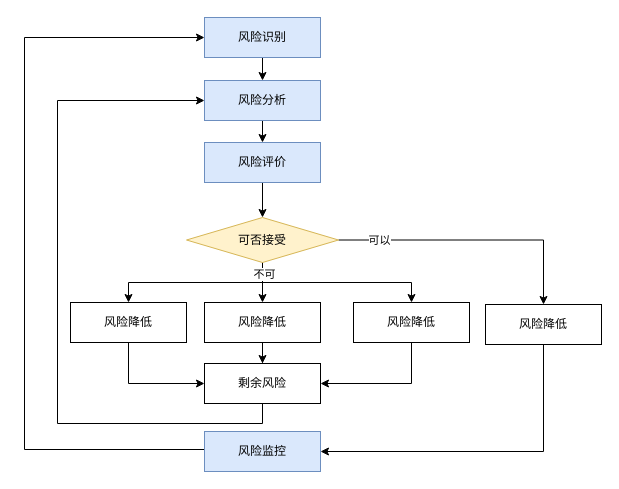
89ao/rss2cubox keeps this draw.io diagram as 风险响应流程.drawio. Above is the earlier version. Source tidied: cells renumbered, new cells numbered last; positions are measured from the earlier drawing's top-left corner, leaving out a move shared by most shapes. Both pictures are drawn from the tidied source at 100%, with x=0, y=0 at pixel (24, 17).
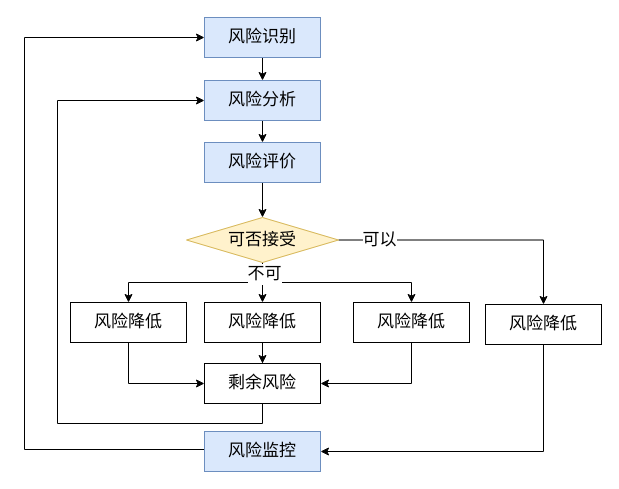
After the change.

Commit message:
更新风险响应流程.drawio

The edit, as a diff of the source:
```diff
@@
-    <mxCell id="2" style="edgeStyle=orthogonalEdgeStyle;rounded=0;jettySize=auto;html=1;" parent="1" edge="1" source="3" target="5">
+    <mxCell id="2" style="edgeStyle=orthogonalEdgeStyle;rounded=0;jettySize=auto;html=1;fontSize=17;" parent="1" edge="1" source="3" target="5">
       <mxGeometry relative="1" as="geometry" />
     </mxCell>
-    <mxCell id="3" value="风险识别" style="rounded=0;whiteSpace=wrap;html=1;fillColor=#dae8fc;strokeColor=#6c8ebf;" parent="1" vertex="1">
+    <mxCell id="3" value="风险识别" style="rounded=0;whiteSpace=wrap;html=1;fillColor=#dae8fc;strokeColor=#6c8ebf;fontSize=17;" parent="1" vertex="1">
       <mxGeometry x="180" width="116" height="40" as="geometry" />
     </mxCell>
-    <mxCell id="4" style="edgeStyle=orthogonalEdgeStyle;rounded=0;jettySize=auto;html=1;" parent="1" edge="1" source="5" target="7">
+    <mxCell id="4" style="edgeStyle=orthogonalEdgeStyle;rounded=0;jettySize=auto;html=1;fontSize=17;" parent="1" edge="1" source="5" target="7">
       <mxGeometry relative="1" as="geometry" />
     </mxCell>
-    <mxCell id="5" value="风险分析" style="rounded=0;whiteSpace=wrap;html=1;fillColor=#dae8fc;strokeColor=#6c8ebf;" parent="1" vertex="1">
+    <mxCell id="5" value="风险分析" style="rounded=0;whiteSpace=wrap;html=1;fillColor=#dae8fc;strokeColor=#6c8ebf;fontSize=17;" parent="1" vertex="1">
       <mxGeometry x="180" y="63" width="116" height="40" as="geometry" />
     </mxCell>
-    <mxCell id="6" style="edgeStyle=orthogonalEdgeStyle;rounded=0;jettySize=auto;html=1;entryX=0.5;entryY=0;entryDx=0;entryDy=0;" parent="1" edge="1" source="7" target="18">
+    <mxCell id="6" style="edgeStyle=orthogonalEdgeStyle;rounded=0;jettySize=auto;html=1;entryX=0.5;entryY=0;entryDx=0;entryDy=0;fontSize=17;" parent="1" edge="1" source="7" target="18">
       <mxGeometry relative="1" as="geometry" />
     </mxCell>
-    <mxCell id="7" value="风险评价" style="rounded=0;whiteSpace=wrap;html=1;fillColor=#dae8fc;strokeColor=#6c8ebf;" parent="1" vertex="1">
+    <mxCell id="7" value="风险评价" style="rounded=0;whiteSpace=wrap;html=1;fillColor=#dae8fc;strokeColor=#6c8ebf;fontSize=17;" parent="1" vertex="1">
       <mxGeometry x="180" y="125" width="116" height="40" as="geometry" />
     </mxCell>
-    <mxCell id="8" style="edgeStyle=orthogonalEdgeStyle;rounded=0;jettySize=auto;html=1;exitX=0.5;exitY=1;exitDx=0;exitDy=0;" parent="1" edge="1" source="18" target="10">
+    <mxCell id="8" style="edgeStyle=orthogonalEdgeStyle;rounded=0;jettySize=auto;html=1;exitX=0.5;exitY=1;exitDx=0;exitDy=0;fontSize=17;" parent="1" edge="1" source="18" target="10">
       <mxGeometry relative="1" as="geometry" />
     </mxCell>
-    <mxCell id="9" style="edgeStyle=orthogonalEdgeStyle;rounded=0;jettySize=auto;html=1;" parent="1" edge="1" source="10" target="12">
+    <mxCell id="9" style="edgeStyle=orthogonalEdgeStyle;rounded=0;jettySize=auto;html=1;fontSize=17;" parent="1" edge="1" source="10" target="12">
       <mxGeometry relative="1" as="geometry" />
     </mxCell>
-    <mxCell id="10" value="风险降低" style="rounded=0;whiteSpace=wrap;html=1;" parent="1" vertex="1">
+    <mxCell id="10" value="风险降低" style="rounded=0;whiteSpace=wrap;html=1;fontSize=17;" parent="1" vertex="1">
       <mxGeometry x="180" y="285" width="116" height="40" as="geometry" />
     </mxCell>
-    <mxCell id="11" style="edgeStyle=orthogonalEdgeStyle;rounded=0;jettySize=auto;html=1;exitX=0.5;exitY=1;exitDx=0;exitDy=0;entryX=0;entryY=0.5;entryDx=0;entryDy=0;" parent="1" edge="1" source="12" target="5">
+    <mxCell id="11" style="edgeStyle=orthogonalEdgeStyle;rounded=0;jettySize=auto;html=1;exitX=0.5;exitY=1;exitDx=0;exitDy=0;entryX=0;entryY=0.5;entryDx=0;entryDy=0;fontSize=17;" parent="1" edge="1" source="12" target="5">
       <mxGeometry relative="1" as="geometry">
         <Array as="points">
           <mxPoint x="238" y="406" />
           <mxPoint x="33" y="406" />
           <mxPoint x="33" y="83" />
         </Array>
       </mxGeometry>
     </mxCell>
-    <mxCell id="12" value="剩余风险" style="rounded=0;whiteSpace=wrap;html=1;" parent="1" vertex="1">
+    <mxCell id="12" value="剩余风险" style="rounded=0;whiteSpace=wrap;html=1;fontSize=17;" parent="1" vertex="1">
       <mxGeometry x="180" y="346" width="116" height="40" as="geometry" />
     </mxCell>
-    <mxCell id="13" style="edgeStyle=orthogonalEdgeStyle;rounded=0;jettySize=auto;html=1;exitX=0.5;exitY=1;exitDx=0;exitDy=0;" parent="1" edge="1" source="18" target="22">
+    <mxCell id="13" style="edgeStyle=orthogonalEdgeStyle;rounded=0;jettySize=auto;html=1;exitX=0.5;exitY=1;exitDx=0;exitDy=0;fontSize=17;" parent="1" edge="1" source="18" target="22">
       <mxGeometry relative="1" as="geometry" />
     </mxCell>
-    <mxCell id="14" style="edgeStyle=orthogonalEdgeStyle;rounded=0;jettySize=auto;html=1;exitX=0.5;exitY=1;exitDx=0;exitDy=0;entryX=0.5;entryY=0;entryDx=0;entryDy=0;" parent="1" edge="1" source="18" target="24">
+    <mxCell id="14" style="edgeStyle=orthogonalEdgeStyle;rounded=0;jettySize=auto;html=1;exitX=0.5;exitY=1;exitDx=0;exitDy=0;entryX=0.5;entryY=0;entryDx=0;entryDy=0;fontSize=17;" parent="1" edge="1" source="18" target="24">
       <mxGeometry relative="1" as="geometry" />
     </mxCell>
-    <mxCell id="15" value="不可" style="edgeLabel;html=1;align=center;verticalAlign=middle;" parent="14" vertex="1">
+    <mxCell id="15" value="不可" style="edgeLabel;html=1;align=center;verticalAlign=middle;fontSize=17;" parent="14" vertex="1">
       <mxGeometry x="-0.88" y="1" relative="1" as="geometry" />
     </mxCell>
-    <mxCell id="16" style="edgeStyle=orthogonalEdgeStyle;rounded=0;jettySize=auto;html=1;exitX=1;exitY=0.5;exitDx=0;exitDy=0;" parent="1" edge="1" source="18" target="26">
+    <mxCell id="16" style="edgeStyle=orthogonalEdgeStyle;rounded=0;jettySize=auto;html=1;exitX=1;exitY=0.5;exitDx=0;exitDy=0;fontSize=17;" parent="1" edge="1" source="18" target="26">
       <mxGeometry relative="1" as="geometry" />
     </mxCell>
-    <mxCell id="17" value="可以" style="edgeLabel;html=1;align=center;verticalAlign=middle;" parent="16" vertex="1">
+    <mxCell id="17" value="可以" style="edgeLabel;html=1;align=center;verticalAlign=middle;fontSize=17;" parent="16" vertex="1">
       <mxGeometry x="-0.7" y="1" relative="1" as="geometry">
         <mxPoint y="1" as="offset" />
       </mxGeometry>
     </mxCell>
-    <mxCell id="18" value="可否接受" style="rhombus;whiteSpace=wrap;html=1;fillColor=#fff2cc;strokeColor=#d6b656;" parent="1" vertex="1">
+    <mxCell id="18" value="可否接受" style="rhombus;whiteSpace=wrap;html=1;fillColor=#fff2cc;strokeColor=#d6b656;fontSize=17;" parent="1" vertex="1">
       <mxGeometry x="162" y="200" width="152" height="45" as="geometry" />
     </mxCell>
-    <mxCell id="19" style="edgeStyle=orthogonalEdgeStyle;rounded=0;jettySize=auto;html=1;exitX=0;exitY=0.5;exitDx=0;exitDy=0;entryX=0;entryY=0.5;entryDx=0;entryDy=0;" parent="1" edge="1" source="20" target="3">
+    <mxCell id="19" style="edgeStyle=orthogonalEdgeStyle;rounded=0;jettySize=auto;html=1;exitX=0;exitY=0.5;exitDx=0;exitDy=0;entryX=0;entryY=0.5;entryDx=0;entryDy=0;fontSize=17;" parent="1" edge="1" source="20" target="3">
       <mxGeometry relative="1" as="geometry">
         <Array as="points">
           <mxPoint x="180" y="432" />
           <mxPoint y="432" />
           <mxPoint y="20" />
         </Array>
       </mxGeometry>
     </mxCell>
-    <mxCell id="20" value="风险监控" style="rounded=0;whiteSpace=wrap;html=1;fillColor=#dae8fc;strokeColor=#6c8ebf;" parent="1" vertex="1">
+    <mxCell id="20" value="风险监控" style="rounded=0;whiteSpace=wrap;html=1;fillColor=#dae8fc;strokeColor=#6c8ebf;fontSize=17;" parent="1" vertex="1">
       <mxGeometry x="180" y="414" width="116" height="40" as="geometry" />
     </mxCell>
-    <mxCell id="21" style="edgeStyle=orthogonalEdgeStyle;rounded=0;jettySize=auto;html=1;exitX=0.5;exitY=1;exitDx=0;exitDy=0;entryX=0;entryY=0.5;entryDx=0;entryDy=0;" parent="1" edge="1" source="22" target="12">
+    <mxCell id="21" style="edgeStyle=orthogonalEdgeStyle;rounded=0;jettySize=auto;html=1;exitX=0.5;exitY=1;exitDx=0;exitDy=0;entryX=0;entryY=0.5;entryDx=0;entryDy=0;fontSize=17;" parent="1" edge="1" source="22" target="12">
       <mxGeometry relative="1" as="geometry" />
     </mxCell>
-    <mxCell id="22" value="风险降低" style="rounded=0;whiteSpace=wrap;html=1;" parent="1" vertex="1">
+    <mxCell id="22" value="风险降低" style="rounded=0;whiteSpace=wrap;html=1;fontSize=17;" parent="1" vertex="1">
       <mxGeometry x="46" y="285" width="116" height="40" as="geometry" />
     </mxCell>
-    <mxCell id="23" style="edgeStyle=orthogonalEdgeStyle;rounded=0;jettySize=auto;html=1;exitX=0.5;exitY=1;exitDx=0;exitDy=0;entryX=1;entryY=0.5;entryDx=0;entryDy=0;" parent="1" edge="1" source="24" target="12">
+    <mxCell id="23" style="edgeStyle=orthogonalEdgeStyle;rounded=0;jettySize=auto;html=1;exitX=0.5;exitY=1;exitDx=0;exitDy=0;entryX=1;entryY=0.5;entryDx=0;entryDy=0;fontSize=17;" parent="1" edge="1" source="24" target="12">
       <mxGeometry relative="1" as="geometry" />
     </mxCell>
-    <mxCell id="24" value="风险降低" style="rounded=0;whiteSpace=wrap;html=1;" parent="1" vertex="1">
+    <mxCell id="24" value="风险降低" style="rounded=0;whiteSpace=wrap;html=1;fontSize=17;" parent="1" vertex="1">
       <mxGeometry x="329" y="285" width="116" height="40" as="geometry" />
     </mxCell>
-    <mxCell id="25" style="edgeStyle=orthogonalEdgeStyle;rounded=0;jettySize=auto;html=1;exitX=0.5;exitY=1;exitDx=0;exitDy=0;entryX=1;entryY=0.5;entryDx=0;entryDy=0;" parent="1" edge="1" source="26" target="20">
+    <mxCell id="25" style="edgeStyle=orthogonalEdgeStyle;rounded=0;jettySize=auto;html=1;exitX=0.5;exitY=1;exitDx=0;exitDy=0;entryX=1;entryY=0.5;entryDx=0;entryDy=0;fontSize=17;" parent="1" edge="1" source="26" target="20">
       <mxGeometry relative="1" as="geometry" />
     </mxCell>
-    <mxCell id="26" value="风险降低" style="rounded=0;whiteSpace=wrap;html=1;" parent="1" vertex="1">
+    <mxCell id="26" value="风险降低" style="rounded=0;whiteSpace=wrap;html=1;fontSize=17;" parent="1" vertex="1">
       <mxGeometry x="461" y="287" width="116" height="40" as="geometry" />
     </mxCell>
```
